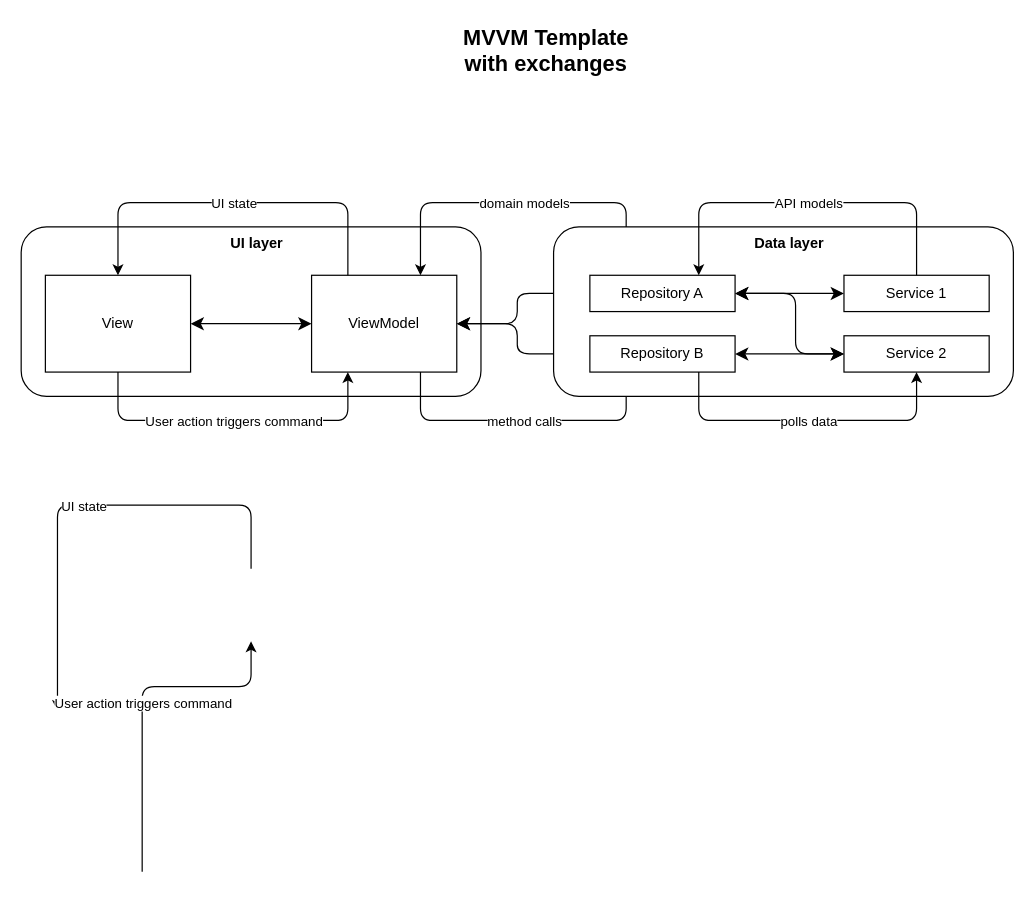
This is page "With exchanges" (2 of 4) of MVVM_template.drawio from Oxford-Hypernautics/.github, a draw.io file, before an edit. Source tidied: cells renumbered, new cells numbered last; positions are measured from the earlier drawing's top-left corner, leaving out a move shared by most shapes. Both pictures are drawn from the tidied source at 121%, with x=0, y=0 at pixel (21, 21).
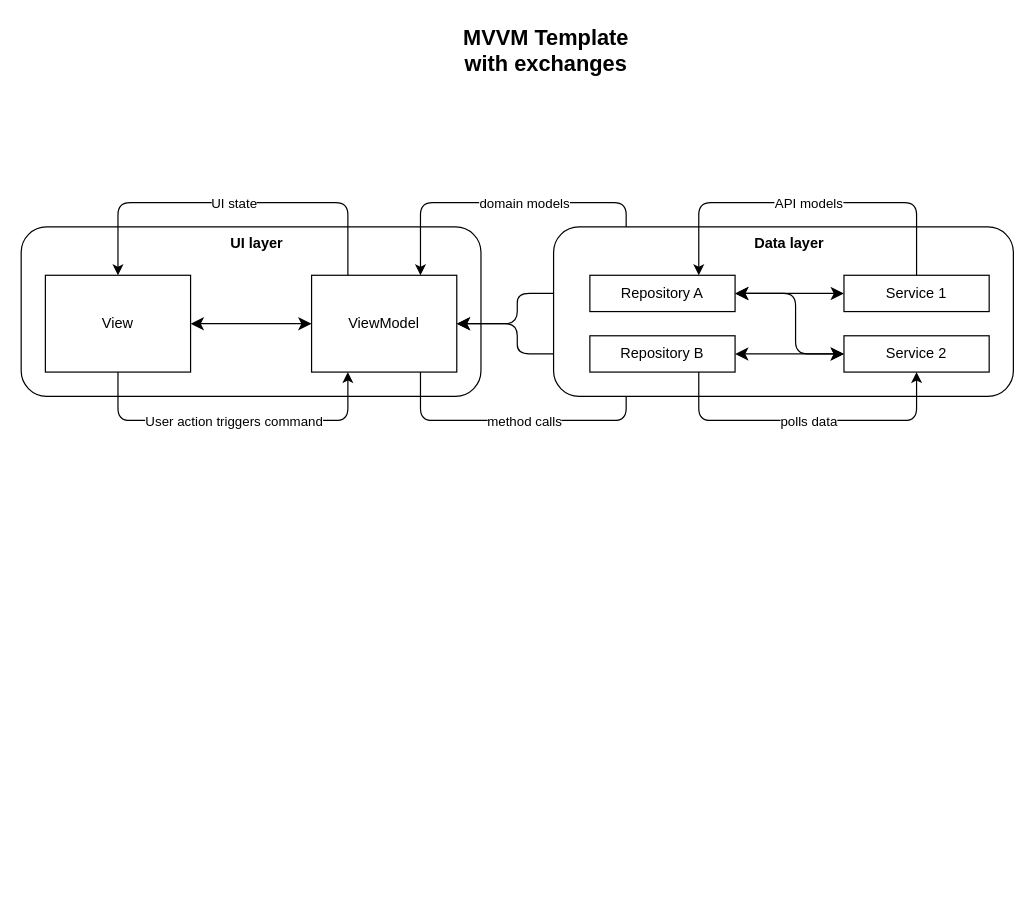
The same diagram, later.

Commit message (it also covers changes not shown here):
fix: delete extra arrows on "With exchanges" page

What changed in the source:
```diff
@@
-    <mxCell id="4" style="endArrow=classic;html=1;rounded=1;edgeStyle=elbowEdgeStyle;elbow=vertical;strokeWidth=1;curved=0;" parent="3" edge="1">
-      <mxGeometry relative="1" as="geometry">
-        <mxPoint x="190" y="452.5" as="sourcePoint" />
-        <mxPoint x="30" y="570" as="targetPoint" />
-        <Array as="points">
-          <mxPoint x="80" y="400" />
-        </Array>
-      </mxGeometry>
-    </mxCell>
-    <mxCell id="5" value="UI state" style="edgeLabel;html=1;align=center;verticalAlign=middle;" parent="4" vertex="1">
-      <mxGeometry relative="1" as="geometry" />
-    </mxCell>
-    <mxCell id="6" style="endArrow=classic;html=1;rounded=1;edgeStyle=elbowEdgeStyle;elbow=vertical;strokeWidth=1;curved=0;" parent="3" edge="1">
-      <mxGeometry relative="1" as="geometry">
-        <mxPoint x="100" y="703" as="sourcePoint" />
-        <mxPoint x="190" y="512.5" as="targetPoint" />
-        <Array as="points">
-          <mxPoint x="70" y="550" />
-        </Array>
-      </mxGeometry>
-    </mxCell>
-    <mxCell id="7" value="User action triggers command" style="edgeLabel;html=1;align=center;verticalAlign=middle;" parent="6" vertex="1">
-      <mxGeometry relative="1" as="geometry" />
-    </mxCell>
```
